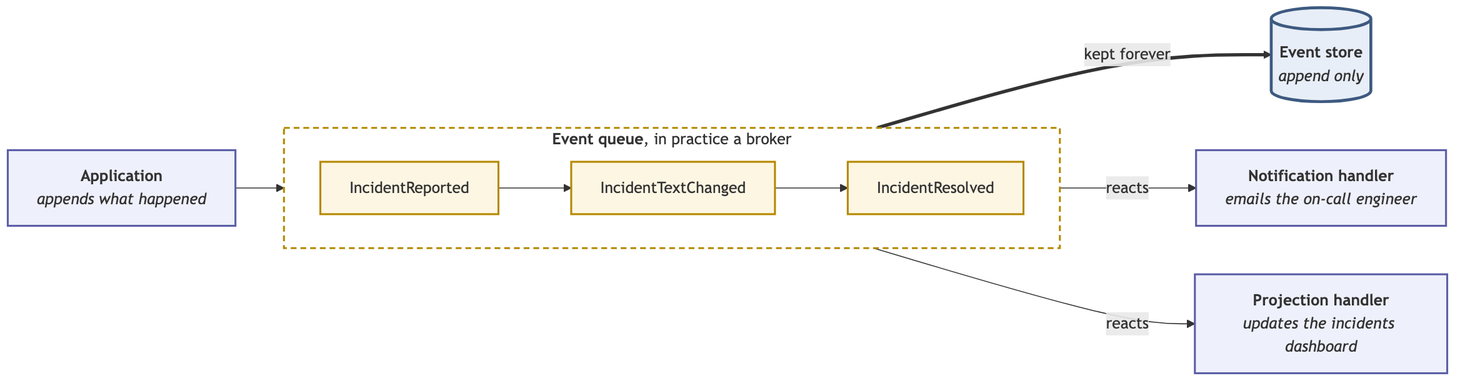
Before: assets/article_images/2026-08-21-from-cqrs-to-event-driven-architecture/03-event-sourcing.png, a diagram exported from Mermaid (maldins46/comepaolo-blog-v2). Its source is kept beside it as assets/article_images/2026-08-21-from-cqrs-to-event-driven-architecture/03-event-sourcing.mmd.
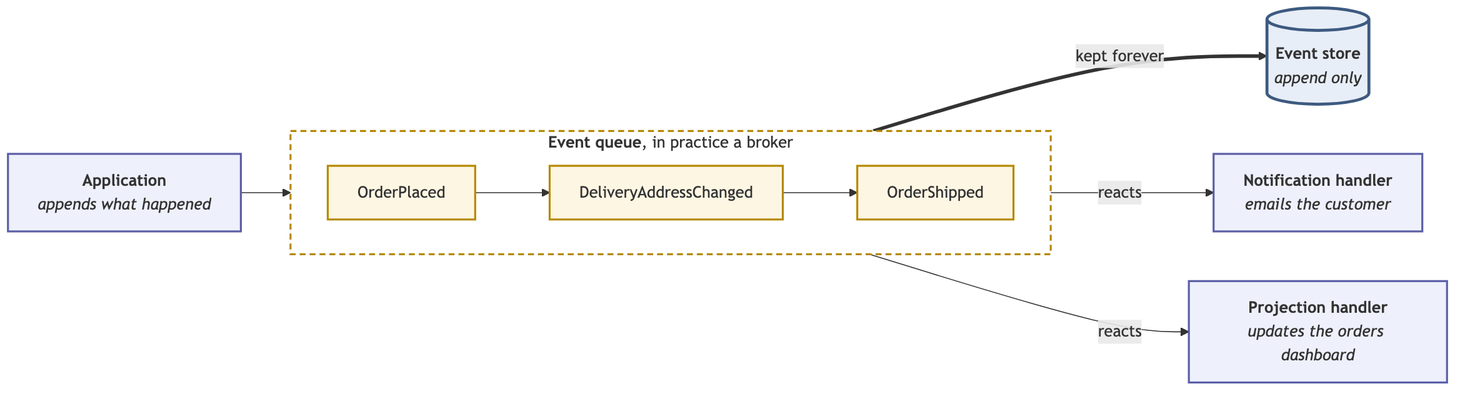
After the change.

Change to the diagram source:
```diff
@@ -3,13 +3,13 @@
 
   subgraph Q["<b>Event queue</b>, in practice a broker"]
     direction LR
-    E1["IncidentReported"] --> E2["IncidentTextChanged"] --> E3["IncidentResolved"]
+    E1["OrderPlaced"] --> E2["DeliveryAddressChanged"] --> E3["OrderShipped"]
   end
 
   APP --> Q
   Q ==>|kept forever| ES[("<b>Event store</b><br/><i>append only</i>")]
-  Q -->|reacts| H1["<b>Notification handler</b><br/><i>emails the on-call engineer</i>"]
-  Q -->|reacts| H2["<b>Projection handler</b><br/><i>updates the incidents dashboard</i>"]
+  Q -->|reacts| H1["<b>Notification handler</b><br/><i>emails the customer</i>"]
+  Q -->|reacts| H2["<b>Projection handler</b><br/><i>updates the orders dashboard</i>"]
 
   classDef store fill:#e8eef7,stroke:#3d5a80,stroke-width:3px
   classDef ev fill:#fdf6e3,stroke:#b58900,stroke-width:2px
```
